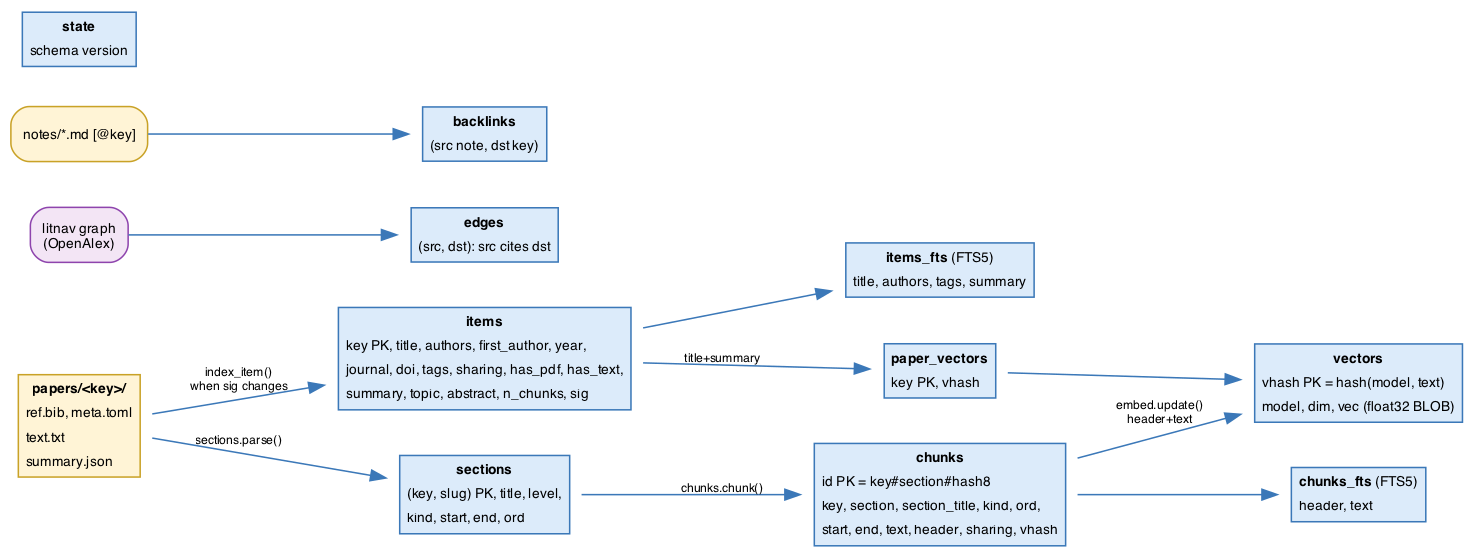
Above: docs/architecture/diagrams/index-schema.png in markmuetz/litnav (Graphviz), before the change. Its source is kept beside it as docs/architecture/diagrams/index-schema.dot.
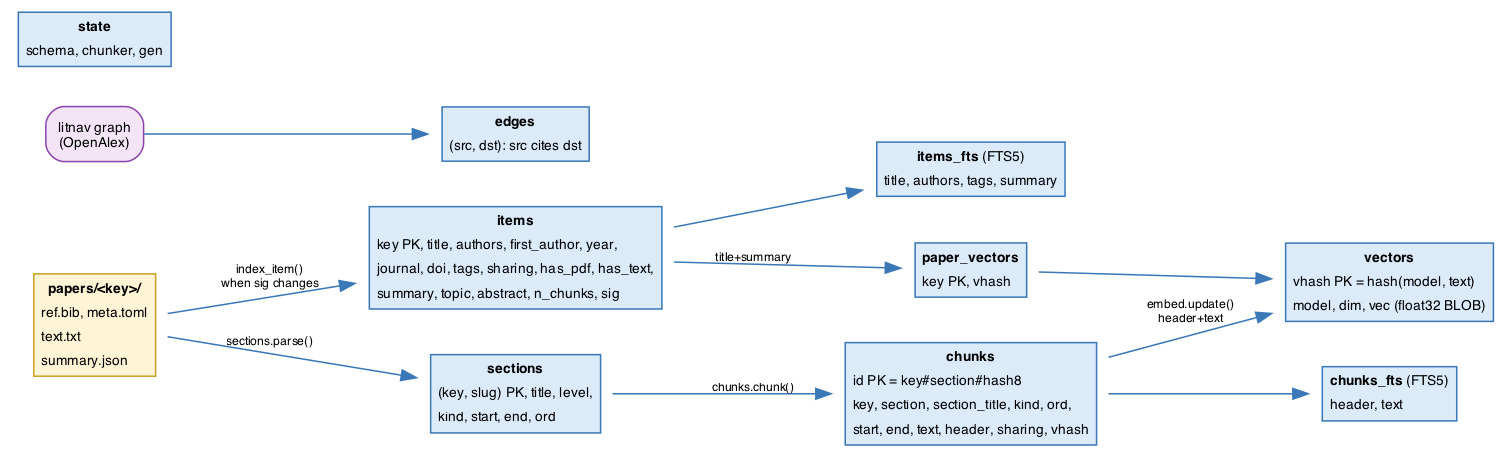
After the commit.

The edit, as a diff of the source:
```diff
@@ -15,11 +15,10 @@
   vec [label=<<TABLE BORDER="1" CELLBORDER="0" BGCOLOR="#DCEBFA" COLOR="#3B78B8"><TR><TD><B>vectors</B></TD></TR><TR><TD ALIGN="LEFT">vhash PK = hash(model, text)</TD></TR><TR><TD ALIGN="LEFT">model, dim, vec (float32 BLOB)</TD></TR></TABLE>>];
   pvec [label=<<TABLE BORDER="1" CELLBORDER="0" BGCOLOR="#DCEBFA" COLOR="#3B78B8"><TR><TD><B>paper_vectors</B></TD></TR><TR><TD ALIGN="LEFT">key PK, vhash</TD></TR></TABLE>>];
   edges [label=<<TABLE BORDER="1" CELLBORDER="0" BGCOLOR="#DCEBFA" COLOR="#3B78B8"><TR><TD><B>edges</B></TD></TR><TR><TD ALIGN="LEFT">(src, dst): src cites dst</TD></TR></TABLE>>];
-  bl [label=<<TABLE BORDER="1" CELLBORDER="0" BGCOLOR="#DCEBFA" COLOR="#3B78B8"><TR><TD><B>backlinks</B></TD></TR><TR><TD ALIGN="LEFT">(src note, dst key)</TD></TR></TABLE>>];
-  state [label=<<TABLE BORDER="1" CELLBORDER="0" BGCOLOR="#DCEBFA" COLOR="#3B78B8"><TR><TD><B>state</B></TD></TR><TR><TD ALIGN="LEFT">schema version</TD></TR></TABLE>>];
+  state [label=<<TABLE BORDER="1" CELLBORDER="0" BGCOLOR="#DCEBFA" COLOR="#3B78B8"><TR><TD><B>state</B></TD></TR><TR><TD ALIGN="LEFT">schema, chunker, gen</TD></TR></TABLE>>];
   files -> items [label="index_item()\nwhen sig changes"];
   items -> ifts; files -> secs [label="sections.parse()"]; secs -> chunks [label="chunks.chunk()"];
   chunks -> cfts; chunks -> vec [label="embed.update()\nheader+text"]; items -> pvec [label="title+summary"]; pvec -> vec;
   gr [label="litnav graph\n(OpenAlex)", shape=box, style="rounded,filled", fillcolor="#F3E5F5", color="#8E44AD", fontname="Helvetica"];
-  gr -> edges; notes [label="notes/*.md [@key]", shape=box, style="rounded,filled", fillcolor="#FFF4D6", color="#C9A227", fontname="Helvetica"]; notes -> bl;
+  gr -> edges;
 }
```
